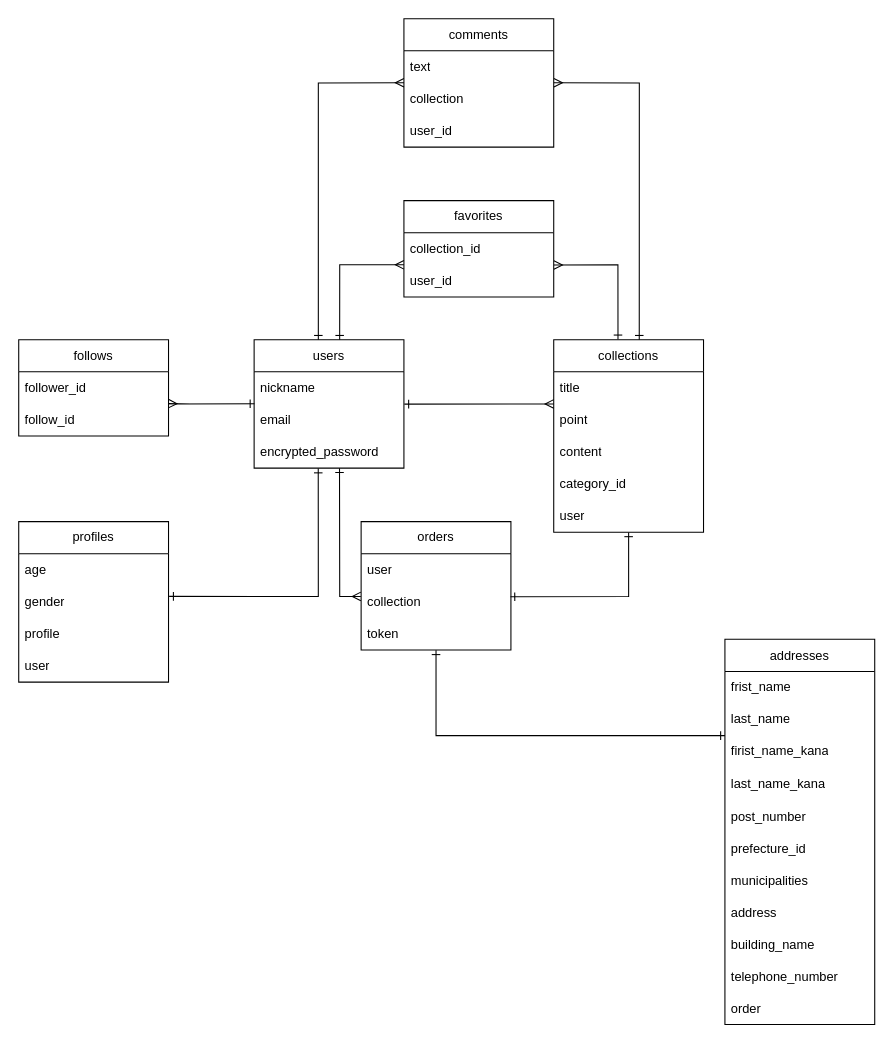
The draw.io diagram sousaku.dio in daizdag/own_works_app, before the edit. Source tidied: cells renumbered, new cells numbered last; positions are measured from the earlier drawing's top-left corner, leaving out a move shared by most shapes. Both pictures are drawn from the tidied source at 107%, with x=0, y=0 at pixel (18, 18).
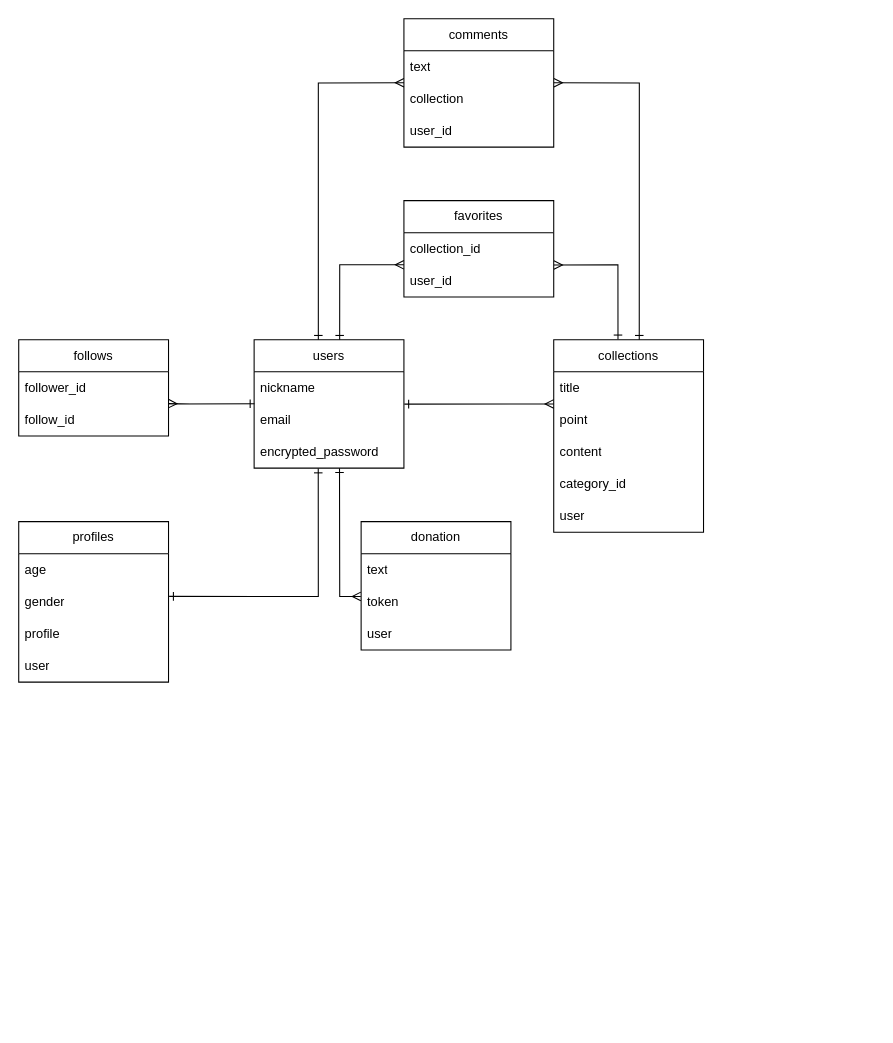
The same diagram, later.

Unchanged cells that the change refers to:
```xml
<mxCell id="7" value="&lt;span style=&quot;&quot;&gt;user&lt;br&gt;&lt;/span&gt;" style="text;strokeColor=none;fillColor=none;align=left;verticalAlign=middle;spacingLeft=4;spacingRight=4;overflow=hidden;points=[[0,0.5],[1,0.5]];portConstraint=eastwest;whiteSpace=wrap;html=1;" parent="2" vertex="1">
  <mxGeometry y="150" width="140" height="30" as="geometry" />
</mxCell>
<mxCell id="11" value="&lt;span style=&quot;&quot;&gt;encrypted_password&lt;/span&gt;" style="text;strokeColor=none;fillColor=none;align=left;verticalAlign=middle;spacingLeft=4;spacingRight=4;overflow=hidden;points=[[0,0.5],[1,0.5]];portConstraint=eastwest;whiteSpace=wrap;html=1;" parent="8" vertex="1">
  <mxGeometry y="90" width="140" height="30" as="geometry" />
</mxCell>
```

Change to the diagram source:
```diff
@@
-    <mxCell id="17" style="endArrow=ERone;html=1;rounded=0;entryX=0.5;entryY=1.002;entryDx=0;entryDy=0;entryPerimeter=0;endFill=0;startArrow=ERone;startFill=0;exitX=0.997;exitY=0.339;exitDx=0;exitDy=0;exitPerimeter=0;" parent="1" edge="1" source="32" target="7">
-      <mxGeometry relative="1" as="geometry">
-        <Array as="points">
-          <mxPoint x="570" y="540" />
-        </Array>
-      </mxGeometry>
-    </mxCell>
-    <mxCell id="18" style="endArrow=ERone;html=1;rounded=0;entryX=0.57;entryY=1.003;entryDx=0;entryDy=0;entryPerimeter=0;startArrow=ERmany;startFill=0;endFill=0;exitX=-0.002;exitY=0.33;exitDx=0;exitDy=0;exitPerimeter=0;" parent="1" edge="1" source="32" target="11">
+    <mxCell id="18" style="endArrow=ERone;html=1;rounded=0;entryX=0.57;entryY=1.003;entryDx=0;entryDy=0;entryPerimeter=0;startArrow=ERmany;startFill=0;endFill=0;exitX=-0.002;exitY=0.33;exitDx=0;exitDy=0;exitPerimeter=0;" parent="1" edge="1" target="11">
       <mxGeometry relative="1" as="geometry">
+        <mxPoint x="319.7" y="539.9" as="sourcePoint" />
         <Array as="points">
           <mxPoint x="300" y="540" />
         </Array>
       </mxGeometry>
     </mxCell>
@@
-    <mxCell id="30" value="orders" style="swimlane;fontStyle=0;horizontal=1;startSize=30;whiteSpace=wrap;html=1;" parent="1" vertex="1">
+    <mxCell id="30" value="donation" style="swimlane;fontStyle=0;horizontal=1;startSize=30;whiteSpace=wrap;html=1;" parent="1" vertex="1">
       <mxGeometry x="320" y="470" width="140" height="120" as="geometry" />
     </mxCell>
+    <mxCell id="33" value="text" style="text;strokeColor=none;fillColor=none;align=left;verticalAlign=middle;spacingLeft=4;spacingRight=4;overflow=hidden;points=[[0,0.5],[1,0.5]];portConstraint=eastwest;whiteSpace=wrap;html=1;" parent="30" vertex="1">
+      <mxGeometry y="30" width="140" height="30" as="geometry" />
+    </mxCell>
+    <mxCell id="53" value="token" style="text;strokeColor=none;fillColor=none;align=left;verticalAlign=middle;spacingLeft=4;spacingRight=4;overflow=hidden;whiteSpace=wrap;html=1;" parent="30" vertex="1">
+      <mxGeometry y="60" width="140" height="30" as="geometry" />
+    </mxCell>
     <mxCell id="31" value="user" style="text;strokeColor=none;fillColor=none;align=left;verticalAlign=middle;spacingLeft=4;spacingRight=4;overflow=hidden;whiteSpace=wrap;html=1;" parent="30" vertex="1">
-      <mxGeometry y="30" width="140" height="30" as="geometry" />
+      <mxGeometry y="90" width="140" height="30" as="geometry" />
     </mxCell>
-    <mxCell id="32" value="collection" style="text;strokeColor=none;fillColor=none;align=left;verticalAlign=middle;spacingLeft=4;spacingRight=4;overflow=hidden;points=[[0,0.5],[1,0.5]];portConstraint=eastwest;whiteSpace=wrap;html=1;" parent="30" vertex="1">
-      <mxGeometry y="60" width="140" height="30" as="geometry" />
-    </mxCell>
-    <mxCell id="33" value="token" style="text;strokeColor=none;fillColor=none;align=left;verticalAlign=middle;spacingLeft=4;spacingRight=4;overflow=hidden;points=[[0,0.5],[1,0.5]];portConstraint=eastwest;whiteSpace=wrap;html=1;" parent="30" vertex="1">
-      <mxGeometry y="90" width="140" height="30" as="geometry" />
-    </mxCell>
-    <mxCell id="34" value="addresses" style="swimlane;fontStyle=0;horizontal=1;startSize=30;" parent="1" vertex="1">
-      <mxGeometry x="660" y="580" width="140" height="360" as="geometry" />
-    </mxCell>
-    <mxCell id="35" value="&lt;span style=&quot;&quot;&gt;frist_name&lt;/span&gt;" style="text;strokeColor=none;fillColor=none;align=left;verticalAlign=middle;spacingLeft=4;spacingRight=4;overflow=hidden;whiteSpace=wrap;html=1;" parent="34" vertex="1">
-      <mxGeometry y="30" width="140" height="30" as="geometry" />
-    </mxCell>
-    <mxCell id="36" value="last_name" style="text;strokeColor=none;fillColor=none;align=left;verticalAlign=middle;spacingLeft=4;spacingRight=4;overflow=hidden;whiteSpace=wrap;html=1;" parent="34" vertex="1">
-      <mxGeometry y="60" width="140" height="30" as="geometry" />
-    </mxCell>
-    <mxCell id="37" value="&lt;span style=&quot;&quot;&gt;firist_name_kana&lt;/span&gt;" style="text;strokeColor=none;fillColor=none;align=left;verticalAlign=middle;spacingLeft=4;spacingRight=4;overflow=hidden;whiteSpace=wrap;html=1;" parent="34" vertex="1">
-      <mxGeometry y="90" width="140" height="30" as="geometry" />
-    </mxCell>
-    <mxCell id="38" value="last_name_kana" style="text;strokeColor=none;fillColor=none;align=left;verticalAlign=middle;spacingLeft=4;spacingRight=4;overflow=hidden;whiteSpace=wrap;html=1;" parent="34" vertex="1">
-      <mxGeometry y="120" width="140" height="30" as="geometry" />
-    </mxCell>
-    <mxCell id="39" value="post_number" style="text;strokeColor=none;fillColor=none;align=left;verticalAlign=middle;spacingLeft=4;spacingRight=4;overflow=hidden;" parent="34" vertex="1">
-      <mxGeometry y="150" width="140" height="30" as="geometry" />
-    </mxCell>
-    <mxCell id="40" value="prefecture_id" style="text;strokeColor=none;fillColor=none;align=left;verticalAlign=middle;spacingLeft=4;spacingRight=4;overflow=hidden;" parent="34" vertex="1">
-      <mxGeometry y="180" width="140" height="30" as="geometry" />
-    </mxCell>
-    <mxCell id="41" value="municipalities" style="text;strokeColor=none;fillColor=none;align=left;verticalAlign=middle;spacingLeft=4;spacingRight=4;overflow=hidden;" parent="34" vertex="1">
-      <mxGeometry y="210" width="140" height="30" as="geometry" />
-    </mxCell>
-    <mxCell id="42" value="address" style="text;strokeColor=none;fillColor=none;align=left;verticalAlign=middle;spacingLeft=4;spacingRight=4;overflow=hidden;" parent="34" vertex="1">
-      <mxGeometry y="240" width="140" height="30" as="geometry" />
-    </mxCell>
-    <mxCell id="43" value="building_name" style="text;strokeColor=none;fillColor=none;align=left;verticalAlign=middle;spacingLeft=4;spacingRight=4;overflow=hidden;" parent="34" vertex="1">
-      <mxGeometry y="270" width="140" height="30" as="geometry" />
-    </mxCell>
-    <mxCell id="44" value="telephone_number" style="text;strokeColor=none;fillColor=none;align=left;verticalAlign=middle;spacingLeft=4;spacingRight=4;overflow=hidden;" parent="34" vertex="1">
-      <mxGeometry y="300" width="140" height="30" as="geometry" />
-    </mxCell>
-    <mxCell id="45" value="order" style="text;strokeColor=none;fillColor=none;align=left;verticalAlign=middle;spacingLeft=4;spacingRight=4;overflow=hidden;" parent="34" vertex="1">
-      <mxGeometry y="330" width="140" height="30" as="geometry" />
-    </mxCell>
-    <mxCell id="46" style="endArrow=ERone;html=1;rounded=0;startArrow=ERone;startFill=0;endFill=0;entryX=0.5;entryY=1.009;entryDx=0;entryDy=0;entryPerimeter=0;" parent="1" edge="1" target="33">
-      <mxGeometry relative="1" as="geometry">
-        <mxPoint x="660" y="670" as="sourcePoint" />
-        <Array as="points">
-          <mxPoint x="390" y="670" />
-        </Array>
-      </mxGeometry>
-    </mxCell>
```
